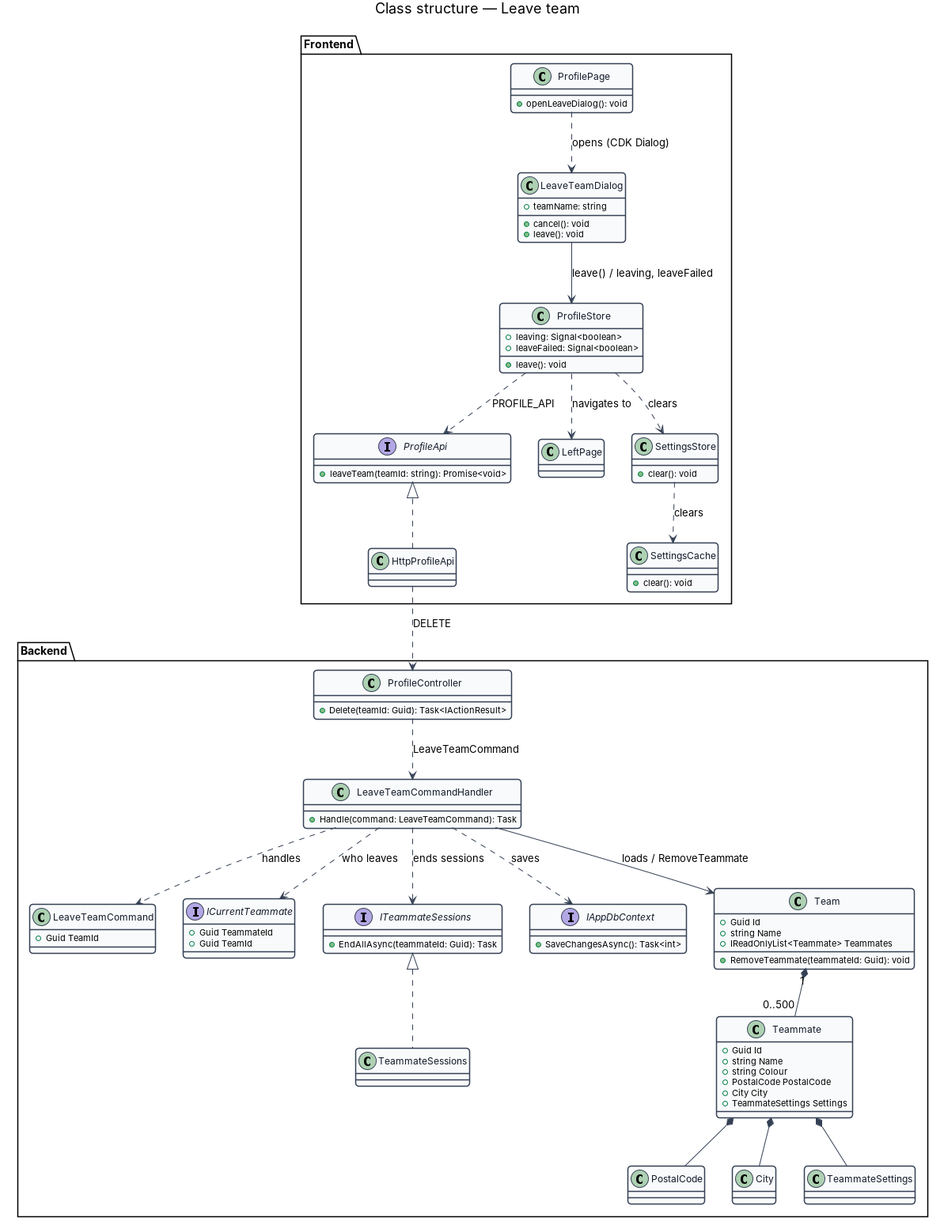
QuinntyneBrown/Mondino keeps this PlantUML diagram as docs/detailed-designs/profile/leave-team/diagrams/class-structure.png. Above is the earlier version. Its source is kept beside it as docs/detailed-designs/profile/leave-team/diagrams/class-structure.puml. Its diagram source:
```plantuml
@startuml
skinparam backgroundColor #FFFFFF
skinparam shadowing false
skinparam roundcorner 8
skinparam defaultFontName Arial
skinparam ArrowColor #344054
skinparam class {
  BorderColor #344054
  FontColor #101828
  BackgroundColor #F9FAFB
}
title Class structure — Leave team

package "Frontend" {
  class ProfilePage {
    +openLeaveDialog(): void
  }
  class LeaveTeamDialog {
    +teamName: string
    +cancel(): void
    +leave(): void
  }
  class ProfileStore {
    +leaving: Signal<boolean>
    +leaveFailed: Signal<boolean>
    +leave(): void
  }
  interface ProfileApi {
    +leaveTeam(teamId: string): Promise<void>
  }
  class HttpProfileApi
  class LeftPage
  class SettingsStore {
    +clear(): void
  }
  class SettingsCache {
    +clear(): void
  }
}

package "Backend" {
  class ProfileController {
    +Delete(teamId: Guid): Task<IActionResult>
  }
  class LeaveTeamCommand {
    +Guid TeamId
  }
  class LeaveTeamCommandHandler {
    +Handle(command: LeaveTeamCommand): Task
  }
  interface ICurrentTeammate {
    +Guid TeammateId
    +Guid TeamId
  }
  interface ITeammateSessions {
    +EndAllAsync(teammateId: Guid): Task
  }
  class TeammateSessions
  interface IAppDbContext {
    +SaveChangesAsync(): Task<int>
  }
  class Team {
    +Guid Id
    +string Name
    +IReadOnlyList<Teammate> Teammates
    +RemoveTeammate(teammateId: Guid): void
  }
  class Teammate {
    +Guid Id
    +string Name
    +string Colour
    +PostalCode PostalCode
    +City City
    +TeammateSettings Settings
  }
  class PostalCode
  class City
  class TeammateSettings
}

ProfilePage ..> LeaveTeamDialog : opens (CDK Dialog)
LeaveTeamDialog --> ProfileStore : leave() / leaving, leaveFailed
ProfileStore ..> ProfileApi : PROFILE_API
ProfileApi <|.. HttpProfileApi
ProfileStore ..> SettingsStore : clears
SettingsStore ..> SettingsCache : clears
ProfileStore ..> LeftPage : navigates to
HttpProfileApi ..> ProfileController : DELETE
ProfileController ..> LeaveTeamCommandHandler : LeaveTeamCommand
LeaveTeamCommandHandler ..> LeaveTeamCommand : handles
LeaveTeamCommandHandler ..> ICurrentTeammate : who leaves
LeaveTeamCommandHandler --> Team : loads / RemoveTeammate
LeaveTeamCommandHandler ..> ITeammateSessions : ends sessions
LeaveTeamCommandHandler ..> IAppDbContext : saves
ITeammateSessions <|.. TeammateSessions
Team "1" *-- "0..500" Teammate
Teammate *-- PostalCode
Teammate *-- City
Teammate *-- TeammateSettings
@enduml
```
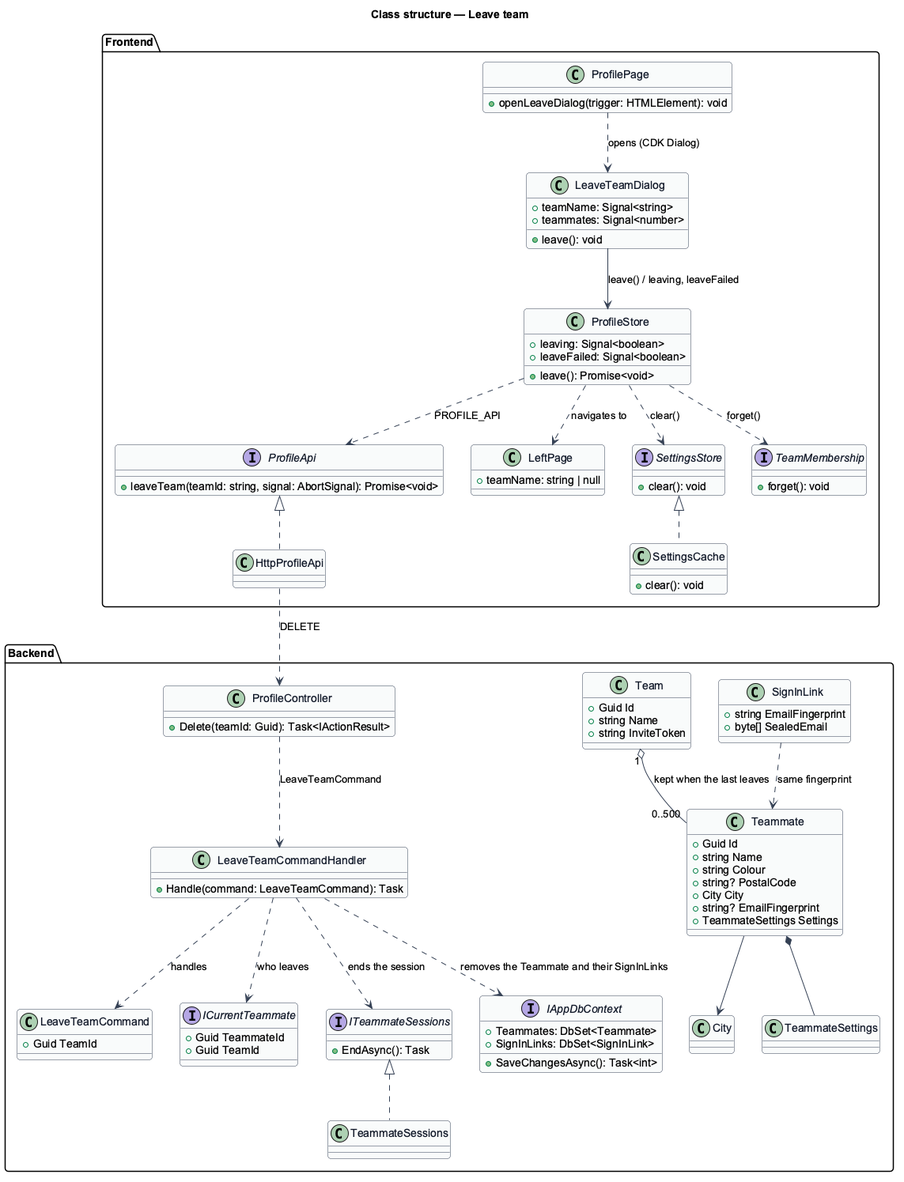
Above is the later version.

The edit, as a diff of the source:
```diff
@@ -13,28 +13,33 @@
 
 package "Frontend" {
   class ProfilePage {
-    +openLeaveDialog(): void
+    +openLeaveDialog(trigger: HTMLElement): void
   }
   class LeaveTeamDialog {
-    +teamName: string
-    +cancel(): void
+    +teamName: Signal<string>
+    +teammates: Signal<number>
     +leave(): void
   }
   class ProfileStore {
     +leaving: Signal<boolean>
     +leaveFailed: Signal<boolean>
-    +leave(): void
+    +leave(): Promise<void>
   }
   interface ProfileApi {
-    +leaveTeam(teamId: string): Promise<void>
+    +leaveTeam(teamId: string, signal: AbortSignal): Promise<void>
   }
   class HttpProfileApi
-  class LeftPage
-  class SettingsStore {
+  class LeftPage {
+    +teamName: string | null
+  }
+  interface SettingsStore {
     +clear(): void
   }
   class SettingsCache {
     +clear(): void
+  }
+  interface TeamMembership {
+    +forget(): void
   }
 }
 
@@ -53,27 +58,32 @@
     +Guid TeamId
   }
   interface ITeammateSessions {
-    +EndAllAsync(teammateId: Guid): Task
+    +EndAsync(): Task
   }
   class TeammateSessions
   interface IAppDbContext {
+    +Teammates: DbSet<Teammate>
+    +SignInLinks: DbSet<SignInLink>
     +SaveChangesAsync(): Task<int>
   }
   class Team {
     +Guid Id
     +string Name
-    +IReadOnlyList<Teammate> Teammates
-    +RemoveTeammate(teammateId: Guid): void
+    +string InviteToken
   }
   class Teammate {
     +Guid Id
     +string Name
     +string Colour
-    +PostalCode PostalCode
+    +string? PostalCode
     +City City
+    +string? EmailFingerprint
     +TeammateSettings Settings
   }
-  class PostalCode
+  class SignInLink {
+    +string EmailFingerprint
+    +byte[] SealedEmail
+  }
   class City
   class TeammateSettings
 }
@@ -82,19 +92,19 @@
 LeaveTeamDialog --> ProfileStore : leave() / leaving, leaveFailed
 ProfileStore ..> ProfileApi : PROFILE_API
 ProfileApi <|.. HttpProfileApi
-ProfileStore ..> SettingsStore : clears
-SettingsStore ..> SettingsCache : clears
+ProfileStore ..> SettingsStore : clear()
+SettingsStore <|.. SettingsCache
+ProfileStore ..> TeamMembership : forget()
 ProfileStore ..> LeftPage : navigates to
 HttpProfileApi ..> ProfileController : DELETE
 ProfileController ..> LeaveTeamCommandHandler : LeaveTeamCommand
 LeaveTeamCommandHandler ..> LeaveTeamCommand : handles
 LeaveTeamCommandHandler ..> ICurrentTeammate : who leaves
-LeaveTeamCommandHandler --> Team : loads / RemoveTeammate
-LeaveTeamCommandHandler ..> ITeammateSessions : ends sessions
-LeaveTeamCommandHandler ..> IAppDbContext : saves
+LeaveTeamCommandHandler ..> ITeammateSessions : ends the session
+LeaveTeamCommandHandler ..> IAppDbContext : removes the Teammate and their SignInLinks
 ITeammateSessions <|.. TeammateSessions
-Team "1" *-- "0..500" Teammate
-Teammate *-- PostalCode
-Teammate *-- City
+Team "1" o-- "0..500" Teammate : kept when the last leaves
+Teammate --> City
+SignInLink ..> Teammate : same fingerprint
 Teammate *-- TeammateSettings
 @enduml
```
